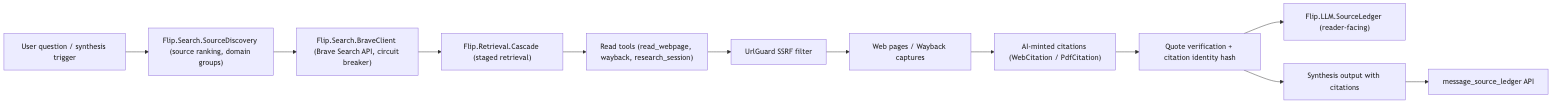
The Mermaid diagram flip-technical-overview/diagrams/retrieval-source-citation-flow.png in wahargis/portfolio, before a commit. Its source is kept beside it as flip-technical-overview/diagrams/retrieval-source-citation-flow.mmd.
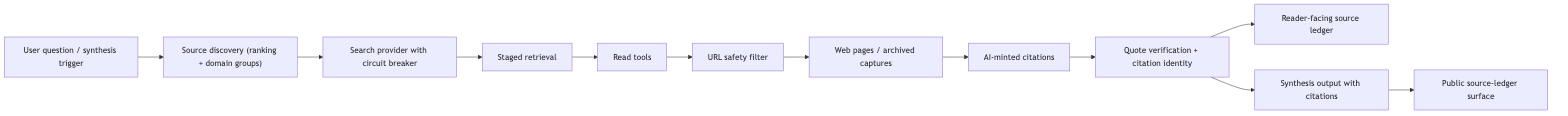
After the change.

What changed in the source:
```diff
@@ -1,12 +1,12 @@
 flowchart LR
-    Q["User question / synthesis trigger"] --> SD["Flip.Search.SourceDiscovery (source ranking, domain groups)"]
-    SD --> BRAVE["Flip.Search.BraveClient (Brave Search API, circuit breaker)"]
-    BRAVE --> CASCADE["Flip.Retrieval.Cascade (staged retrieval)"]
-    CASCADE --> READ["Read tools (read_webpage, wayback, research_session)"]
-    READ --> GUARD["UrlGuard SSRF filter"]
-    GUARD --> PAGES["Web pages / Wayback captures"]
-    PAGES --> MINT["AI-minted citations (WebCitation / PdfCitation)"]
-    MINT --> VERIFY["Quote verification + citation identity hash"]
-    VERIFY --> LEDGER["Flip.LLM.SourceLedger (reader-facing)"]
+    Q["User question / synthesis trigger"] --> SD["Source discovery (ranking + domain groups)"]
+    SD --> SEARCH["Search provider with circuit breaker"]
+    SEARCH --> RETR["Staged retrieval"]
+    RETR --> READ["Read tools"]
+    READ --> GUARD["URL safety filter"]
+    GUARD --> PAGES["Web pages / archived captures"]
+    PAGES --> MINT["AI-minted citations"]
+    MINT --> VERIFY["Quote verification + citation identity"]
+    VERIFY --> LEDGER["Reader-facing source ledger"]
     VERIFY --> OUTPUT["Synthesis output with citations"]
-    OUTPUT --> API["message_source_ledger API"]
+    OUTPUT --> API["Public source-ledger surface"]
```
